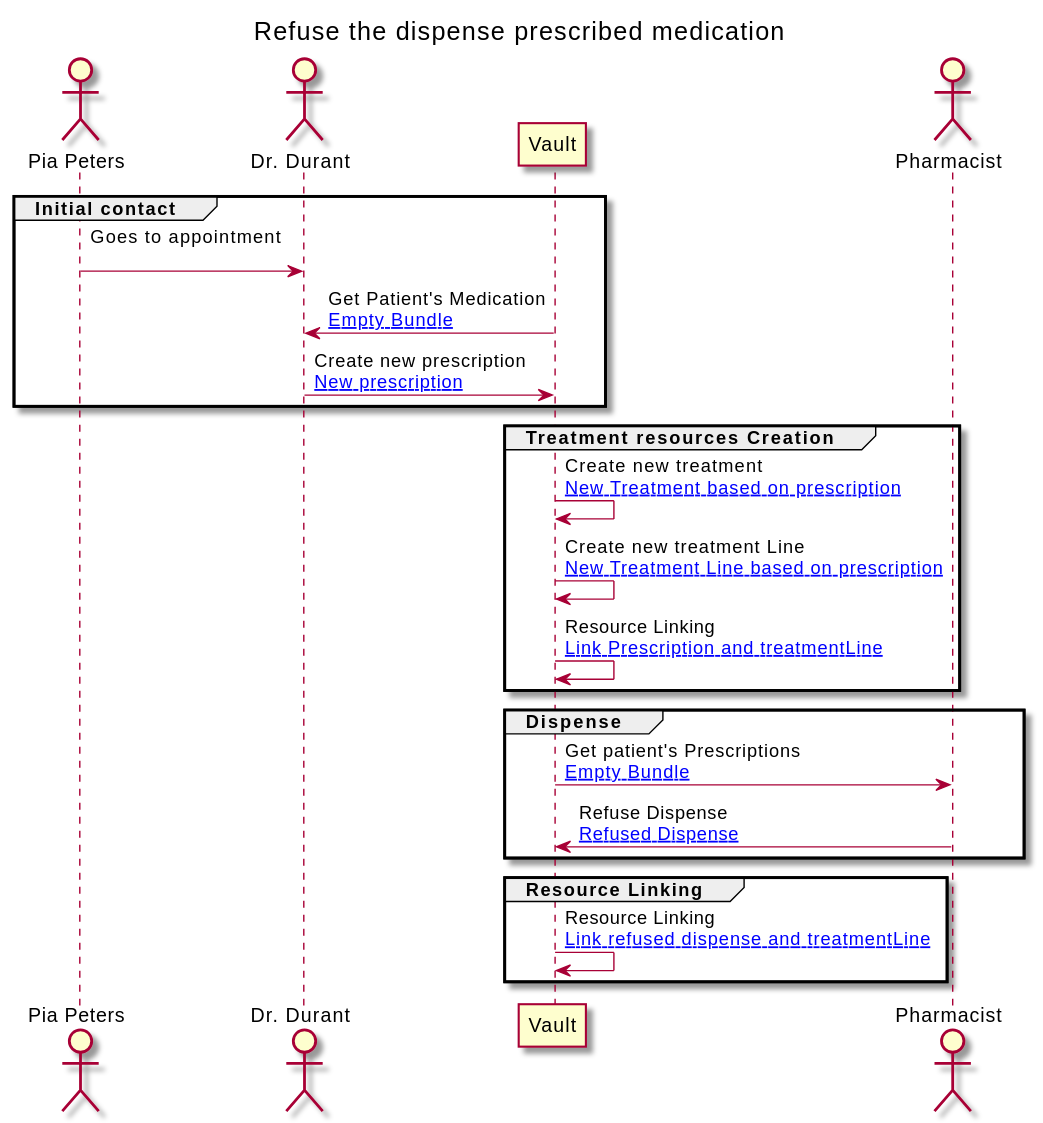
jcostateixeira/riziv-medication-record keeps this PlantUML diagram as branches/master/ExampleScenario-example-6-scenario.svg. Above is the earlier version.
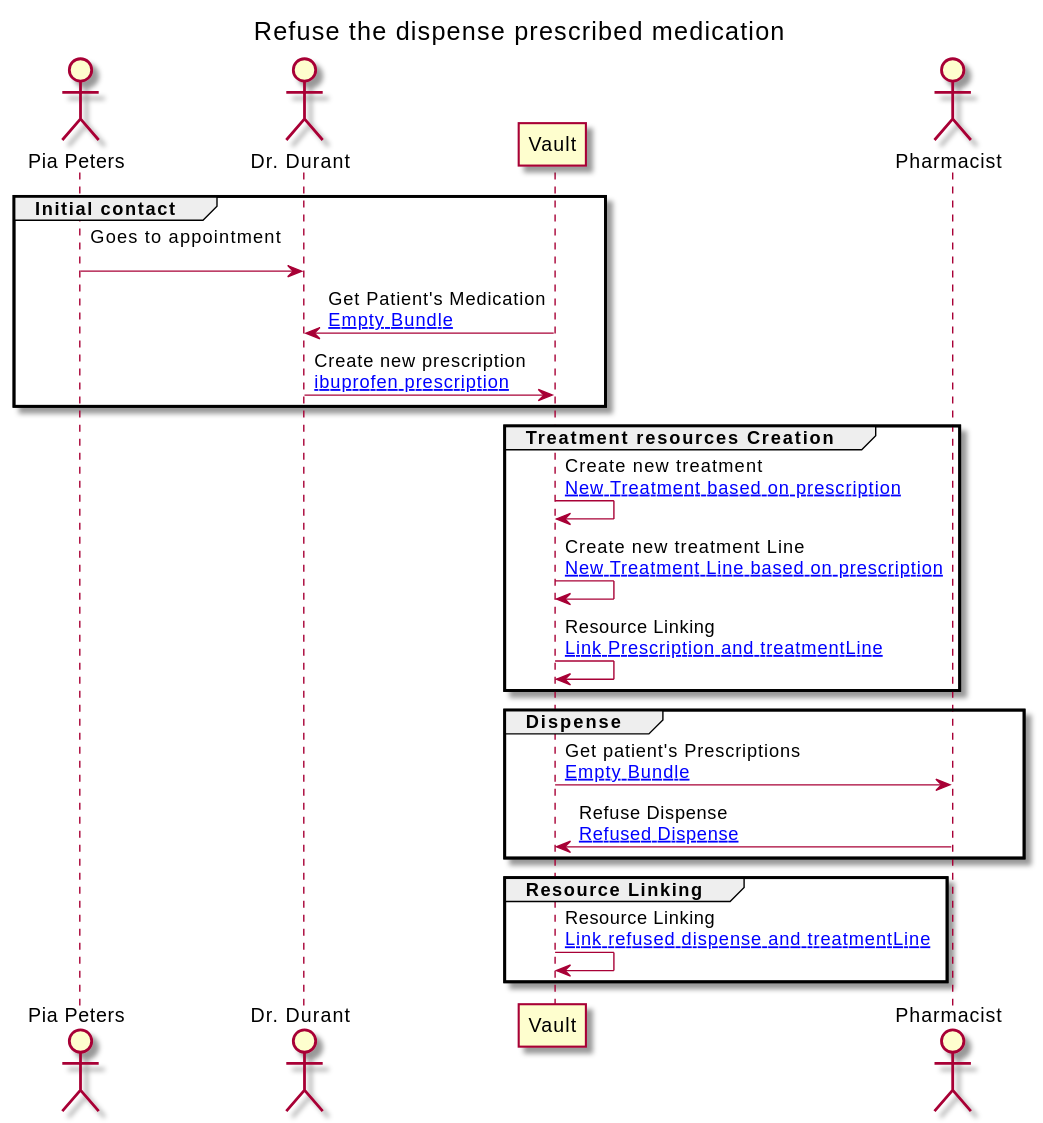
The same diagram one commit later.

The edit, as a diff of the source:
```diff
@@ -17,7 +17,7 @@
 
 PATIENT -> GP : Goes to appointment\n
 VAULT -> GP : Get Patient's Medication\n[[ExampleScenario-example-6-scenario-resources.html#EB Empty Bundle]]
-GP -> VAULT : Create new prescription\n[[ExampleScenario-example-6-scenario-resources.html#6-prescription New prescription]]
+GP -> VAULT : Create new prescription\n[[ExampleScenario-example-6-scenario-resources.html#6-prescription ibuprofen prescription]]
 end
 
 group Treatment resources Creation
```
